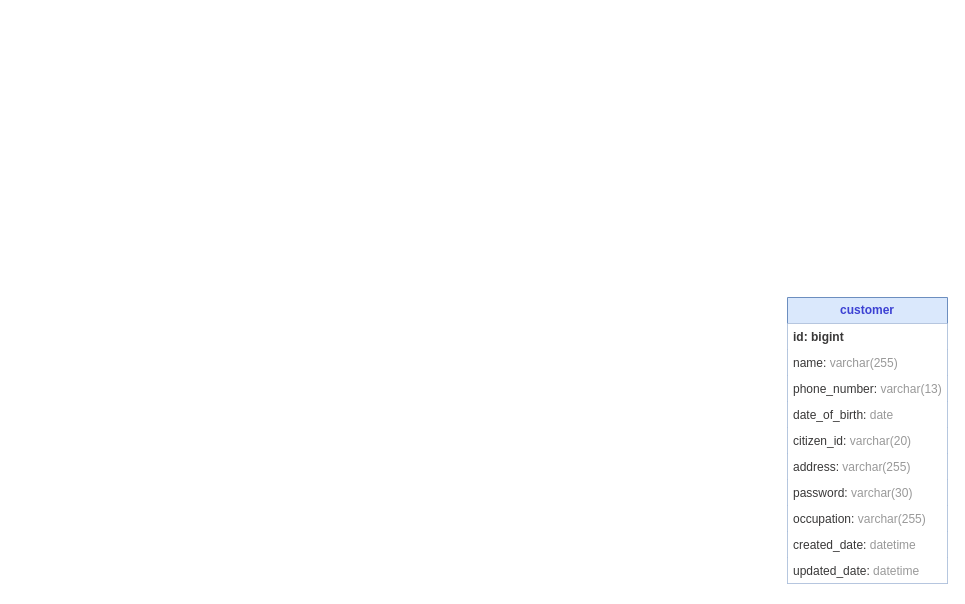
Above: banking/database/Banking Diagram.drawio in dhuy00/diagram (draw.io), before the change. Source tidied: cells renumbered, new cells numbered last; positions are measured from the earlier drawing's top-left corner, leaving out a move shared by most shapes. Both pictures are drawn from the tidied source at 100%, with x=0, y=0 at pixel (787, 297).
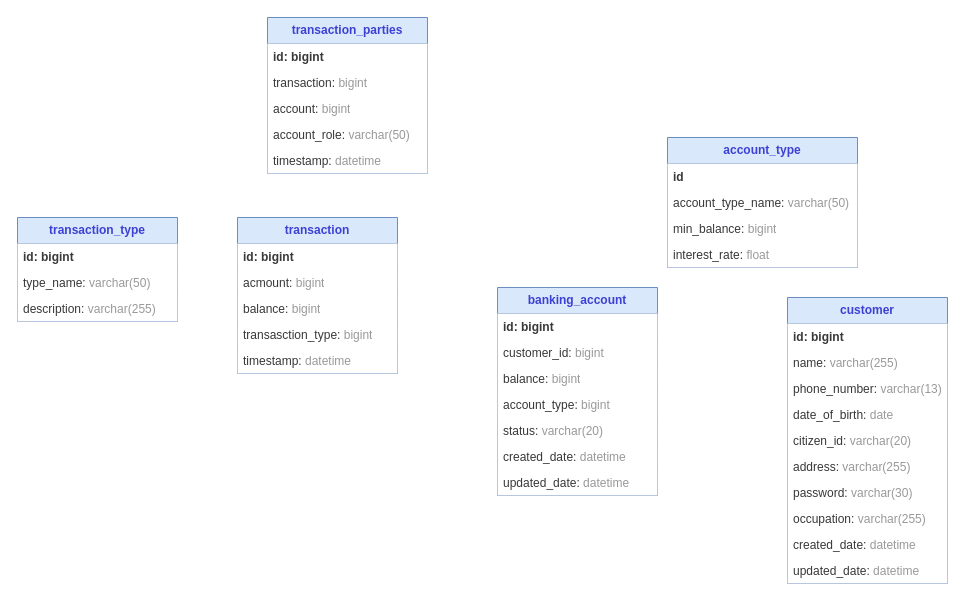
The same diagram, later.

What changed in the source:
```diff
@@
+    <mxCell id="13" value="banking_account" style="swimlane;fontStyle=1;horizontal=1;startSize=26;fillColor=#dae8fc;whiteSpace=wrap;html=1;strokeColor=#6c8ebf;fontColor=light-dark(#3c41d3, #ededed);" parent="1" vertex="1">
+      <mxGeometry x="-290" y="-10" width="160" height="208" as="geometry" />
+    </mxCell>
+    <mxCell id="14" value="id: bigint" style="text;strokeColor=none;fillColor=default;align=left;verticalAlign=top;spacingLeft=4;spacingRight=4;overflow=hidden;whiteSpace=wrap;html=1;fontStyle=1;fontColor=light-dark(#393838, #ededed);" parent="13" vertex="1">
+      <mxGeometry y="26" width="160" height="26" as="geometry" />
+    </mxCell>
+    <mxCell id="15" value="customer_id: &lt;font style=&quot;color: rgb(153, 153, 153);&quot;&gt;bigint&lt;/font&gt;" style="text;strokeColor=none;fillColor=default;align=left;verticalAlign=top;spacingLeft=4;spacingRight=4;overflow=hidden;whiteSpace=wrap;html=1;fontColor=light-dark(#393838,#EDEDED);" parent="13" vertex="1">
+      <mxGeometry y="52" width="160" height="26" as="geometry" />
+    </mxCell>
+    <mxCell id="16" value="balance:&amp;nbsp;&lt;span style=&quot;color: rgb(153, 153, 153);&quot;&gt;bigint&lt;/span&gt;" style="text;strokeColor=none;fillColor=default;align=left;verticalAlign=top;spacingLeft=4;spacingRight=4;overflow=hidden;whiteSpace=wrap;html=1;fontColor=#393838;" parent="13" vertex="1">
+      <mxGeometry y="78" width="160" height="26" as="geometry" />
+    </mxCell>
+    <mxCell id="17" value="account_type: &lt;font style=&quot;color: rgb(153, 153, 153);&quot;&gt;bigint&lt;/font&gt;" style="text;strokeColor=none;fillColor=default;align=left;verticalAlign=top;spacingLeft=4;spacingRight=4;overflow=hidden;whiteSpace=wrap;html=1;fontColor=#393838;" parent="13" vertex="1">
+      <mxGeometry y="104" width="160" height="26" as="geometry" />
+    </mxCell>
+    <mxCell id="18" value="status: &lt;font style=&quot;color: rgb(153, 153, 153);&quot;&gt;varchar(20)&lt;/font&gt;" style="text;strokeColor=none;fillColor=default;align=left;verticalAlign=top;spacingLeft=4;spacingRight=4;overflow=hidden;whiteSpace=wrap;html=1;fontColor=#393838;" parent="13" vertex="1">
+      <mxGeometry y="130" width="160" height="26" as="geometry" />
+    </mxCell>
+    <mxCell id="19" value="created_date: &lt;font style=&quot;color: rgb(153, 153, 153);&quot;&gt;datetime&lt;/font&gt;" style="text;strokeColor=none;fillColor=default;align=left;verticalAlign=top;spacingLeft=4;spacingRight=4;overflow=hidden;whiteSpace=wrap;html=1;fontColor=#393838;" parent="13" vertex="1">
+      <mxGeometry y="156" width="160" height="26" as="geometry" />
+    </mxCell>
+    <mxCell id="20" value="updated_date: &lt;font style=&quot;color: rgb(153, 153, 153);&quot;&gt;datetime&lt;/font&gt;" style="text;strokeColor=none;fillColor=default;align=left;verticalAlign=top;spacingLeft=4;spacingRight=4;overflow=hidden;whiteSpace=wrap;html=1;fontColor=#393838;" parent="13" vertex="1">
+      <mxGeometry y="182" width="160" height="26" as="geometry" />
+    </mxCell>
+    <mxCell id="21" value="account_type" style="swimlane;fontStyle=1;horizontal=1;startSize=26;fillColor=#dae8fc;whiteSpace=wrap;html=1;strokeColor=#6c8ebf;fontColor=light-dark(#3c41d3, #ededed);" parent="1" vertex="1">
+      <mxGeometry x="-120" y="-160" width="190" height="130" as="geometry" />
+    </mxCell>
+    <mxCell id="22" value="id" style="text;strokeColor=none;fillColor=default;align=left;verticalAlign=top;spacingLeft=4;spacingRight=4;overflow=hidden;whiteSpace=wrap;html=1;fontStyle=1;fontColor=light-dark(#393838, #ededed);" parent="21" vertex="1">
+      <mxGeometry y="26" width="190" height="26" as="geometry" />
+    </mxCell>
+    <mxCell id="23" value="account_type_name: &lt;font style=&quot;color: rgb(153, 153, 153);&quot;&gt;varchar(50)&lt;/font&gt;" style="text;strokeColor=none;fillColor=default;align=left;verticalAlign=top;spacingLeft=4;spacingRight=4;overflow=hidden;whiteSpace=wrap;html=1;fontColor=light-dark(#393838,#EDEDED);" parent="21" vertex="1">
+      <mxGeometry y="52" width="190" height="26" as="geometry" />
+    </mxCell>
+    <mxCell id="24" value="min_balance:&amp;nbsp;&lt;span style=&quot;color: rgb(153, 153, 153);&quot;&gt;bigint&lt;/span&gt;" style="text;strokeColor=none;fillColor=default;align=left;verticalAlign=top;spacingLeft=4;spacingRight=4;overflow=hidden;whiteSpace=wrap;html=1;fontColor=#393838;" parent="21" vertex="1">
+      <mxGeometry y="78" width="190" height="26" as="geometry" />
+    </mxCell>
+    <mxCell id="25" value="interest_rate: &lt;font style=&quot;color: rgb(153, 153, 153);&quot;&gt;float&lt;/font&gt;" style="text;strokeColor=none;fillColor=default;align=left;verticalAlign=top;spacingLeft=4;spacingRight=4;overflow=hidden;whiteSpace=wrap;html=1;fontColor=#393838;" parent="21" vertex="1">
+      <mxGeometry y="104" width="190" height="26" as="geometry" />
+    </mxCell>
+    <mxCell id="26" value="transaction" style="swimlane;fontStyle=1;horizontal=1;startSize=26;fillColor=#dae8fc;whiteSpace=wrap;html=1;strokeColor=#6c8ebf;fontColor=light-dark(#3c41d3, #ededed);" parent="1" vertex="1">
+      <mxGeometry x="-550" y="-80" width="160" height="156" as="geometry" />
+    </mxCell>
+    <mxCell id="27" value="id: bigint" style="text;strokeColor=none;fillColor=default;align=left;verticalAlign=top;spacingLeft=4;spacingRight=4;overflow=hidden;whiteSpace=wrap;html=1;fontStyle=1;fontColor=light-dark(#393838, #ededed);" parent="26" vertex="1">
+      <mxGeometry y="26" width="160" height="26" as="geometry" />
+    </mxCell>
+    <mxCell id="28" value="acmount: &lt;font style=&quot;color: rgb(153, 153, 153);&quot;&gt;bigint&lt;/font&gt;" style="text;strokeColor=none;fillColor=default;align=left;verticalAlign=top;spacingLeft=4;spacingRight=4;overflow=hidden;whiteSpace=wrap;html=1;fontColor=light-dark(#393838,#EDEDED);" parent="26" vertex="1">
+      <mxGeometry y="52" width="160" height="26" as="geometry" />
+    </mxCell>
+    <mxCell id="29" value="balance:&amp;nbsp;&lt;span style=&quot;color: rgb(153, 153, 153);&quot;&gt;bigint&lt;/span&gt;" style="text;strokeColor=none;fillColor=default;align=left;verticalAlign=top;spacingLeft=4;spacingRight=4;overflow=hidden;whiteSpace=wrap;html=1;fontColor=#393838;" parent="26" vertex="1">
+      <mxGeometry y="78" width="160" height="26" as="geometry" />
+    </mxCell>
+    <mxCell id="30" value="transasction_type: &lt;font style=&quot;color: rgb(153, 153, 153);&quot;&gt;bigint&lt;/font&gt;" style="text;strokeColor=none;fillColor=default;align=left;verticalAlign=top;spacingLeft=4;spacingRight=4;overflow=hidden;whiteSpace=wrap;html=1;fontColor=#393838;" parent="26" vertex="1">
+      <mxGeometry y="104" width="160" height="26" as="geometry" />
+    </mxCell>
+    <mxCell id="31" value="timestamp: &lt;font color=&quot;#999999&quot;&gt;datetime&lt;/font&gt;" style="text;strokeColor=none;fillColor=default;align=left;verticalAlign=top;spacingLeft=4;spacingRight=4;overflow=hidden;whiteSpace=wrap;html=1;fontColor=#393838;" parent="26" vertex="1">
+      <mxGeometry y="130" width="160" height="26" as="geometry" />
+    </mxCell>
+    <mxCell id="32" value="transaction_type" style="swimlane;fontStyle=1;horizontal=1;startSize=26;fillColor=#dae8fc;whiteSpace=wrap;html=1;strokeColor=#6c8ebf;fontColor=light-dark(#3c41d3, #ededed);" parent="1" vertex="1">
+      <mxGeometry x="-770" y="-80" width="160" height="104" as="geometry" />
+    </mxCell>
+    <mxCell id="33" value="id: bigint" style="text;strokeColor=none;fillColor=default;align=left;verticalAlign=top;spacingLeft=4;spacingRight=4;overflow=hidden;whiteSpace=wrap;html=1;fontStyle=1;fontColor=light-dark(#393838, #ededed);" parent="32" vertex="1">
+      <mxGeometry y="26" width="160" height="26" as="geometry" />
+    </mxCell>
+    <mxCell id="34" value="type_name: &lt;font style=&quot;color: rgb(153, 153, 153);&quot;&gt;varchar(50)&lt;/font&gt;" style="text;strokeColor=none;fillColor=default;align=left;verticalAlign=top;spacingLeft=4;spacingRight=4;overflow=hidden;whiteSpace=wrap;html=1;fontColor=light-dark(#393838,#EDEDED);" parent="32" vertex="1">
+      <mxGeometry y="52" width="160" height="26" as="geometry" />
+    </mxCell>
+    <mxCell id="35" value="description: &lt;font style=&quot;color: rgb(153, 153, 153);&quot;&gt;varchar(255)&lt;/font&gt;" style="text;strokeColor=none;fillColor=default;align=left;verticalAlign=top;spacingLeft=4;spacingRight=4;overflow=hidden;whiteSpace=wrap;html=1;fontColor=light-dark(#393838,#EDEDED);" parent="32" vertex="1">
+      <mxGeometry y="78" width="160" height="26" as="geometry" />
+    </mxCell>
+    <mxCell id="36" value="transaction_parties" style="swimlane;fontStyle=1;horizontal=1;startSize=26;fillColor=#dae8fc;whiteSpace=wrap;html=1;strokeColor=#6c8ebf;fontColor=light-dark(#3c41d3, #ededed);" parent="1" vertex="1">
+      <mxGeometry x="-520" y="-280" width="160" height="156" as="geometry" />
+    </mxCell>
+    <mxCell id="37" value="id: bigint" style="text;strokeColor=none;fillColor=default;align=left;verticalAlign=top;spacingLeft=4;spacingRight=4;overflow=hidden;whiteSpace=wrap;html=1;fontStyle=1;fontColor=light-dark(#393838, #ededed);" parent="36" vertex="1">
+      <mxGeometry y="26" width="160" height="26" as="geometry" />
+    </mxCell>
+    <mxCell id="38" value="transaction: &lt;font style=&quot;color: rgb(153, 153, 153);&quot;&gt;bigint&lt;/font&gt;" style="text;strokeColor=none;fillColor=default;align=left;verticalAlign=top;spacingLeft=4;spacingRight=4;overflow=hidden;whiteSpace=wrap;html=1;fontColor=light-dark(#393838,#EDEDED);" parent="36" vertex="1">
+      <mxGeometry y="52" width="160" height="26" as="geometry" />
+    </mxCell>
+    <mxCell id="39" value="account:&amp;nbsp;&lt;span style=&quot;color: rgb(153, 153, 153);&quot;&gt;bigint&lt;/span&gt;" style="text;strokeColor=none;fillColor=default;align=left;verticalAlign=top;spacingLeft=4;spacingRight=4;overflow=hidden;whiteSpace=wrap;html=1;fontColor=#393838;" parent="36" vertex="1">
+      <mxGeometry y="78" width="160" height="26" as="geometry" />
+    </mxCell>
+    <mxCell id="40" value="account_role: &lt;font style=&quot;color: rgb(153, 153, 153);&quot;&gt;varchar(50)&lt;/font&gt;" style="text;strokeColor=none;fillColor=default;align=left;verticalAlign=top;spacingLeft=4;spacingRight=4;overflow=hidden;whiteSpace=wrap;html=1;fontColor=#393838;" parent="36" vertex="1">
+      <mxGeometry y="104" width="160" height="26" as="geometry" />
+    </mxCell>
+    <mxCell id="41" value="timestamp: &lt;font color=&quot;#999999&quot;&gt;datetime&lt;/font&gt;" style="text;strokeColor=none;fillColor=default;align=left;verticalAlign=top;spacingLeft=4;spacingRight=4;overflow=hidden;whiteSpace=wrap;html=1;fontColor=#393838;" parent="36" vertex="1">
+      <mxGeometry y="130" width="160" height="26" as="geometry" />
+    </mxCell>
```
